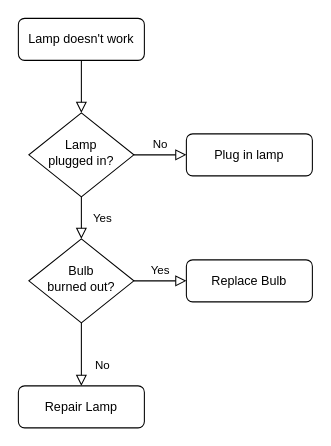
rackyun/wiki keeps this draw.io diagram as Untitled Diagram.drawio. Above is the earlier version. Source tidied: cells renumbered, new cells numbered last; positions are measured from the earlier drawing's top-left corner, leaving out a move shared by most shapes. Both pictures are drawn from the tidied source at 105%, with x=0, y=0 at pixel (18, 18).
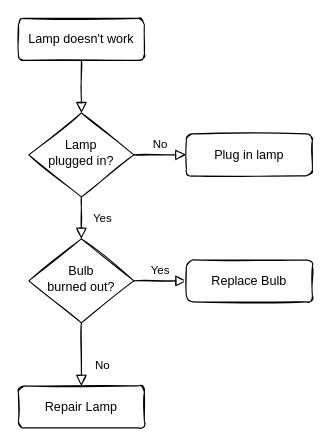
After the change.

Change to the diagram source:
```diff
@@
 <mxGraphModel>
   <root>
     <mxCell id="0" />
     <mxCell id="1" parent="0" />
-    <mxCell id="2" style="rounded=0;html=1;jettySize=auto;fontSize=11;endArrow=block;endFill=0;endSize=8;strokeWidth=1;shadow=0;labelBackgroundColor=none;edgeStyle=orthogonalEdgeStyle;" parent="1" edge="1" source="3" target="6">
+    <mxCell id="2" style="rounded=0;html=1;jettySize=auto;fontSize=11;endArrow=block;endFill=0;endSize=8;strokeWidth=1;shadow=0;labelBackgroundColor=none;edgeStyle=orthogonalEdgeStyle;sketch=1;" parent="1" edge="1" source="3" target="6">
       <mxGeometry relative="1" as="geometry" />
     </mxCell>
-    <mxCell id="3" value="Lamp doesn't work" style="rounded=1;whiteSpace=wrap;html=1;fontSize=12;glass=0;strokeWidth=1;shadow=0;" parent="1" vertex="1">
+    <mxCell id="3" value="Lamp doesn't work" style="rounded=1;whiteSpace=wrap;html=1;fontSize=12;glass=0;strokeWidth=1;shadow=0;sketch=1;" parent="1" vertex="1">
       <mxGeometry width="120" height="40" as="geometry" />
     </mxCell>
-    <mxCell id="4" value="Yes" style="rounded=0;html=1;jettySize=auto;fontSize=11;endArrow=block;endFill=0;endSize=8;strokeWidth=1;shadow=0;labelBackgroundColor=none;edgeStyle=orthogonalEdgeStyle;" parent="1" edge="1" source="6" target="10">
+    <mxCell id="4" value="Yes" style="rounded=0;html=1;jettySize=auto;fontSize=11;endArrow=block;endFill=0;endSize=8;strokeWidth=1;shadow=0;labelBackgroundColor=none;edgeStyle=orthogonalEdgeStyle;sketch=1;" parent="1" edge="1" source="6" target="10">
       <mxGeometry y="20" relative="1" as="geometry" />
     </mxCell>
-    <mxCell id="5" value="No" style="edgeStyle=orthogonalEdgeStyle;rounded=0;html=1;jettySize=auto;fontSize=11;endArrow=block;endFill=0;endSize=8;strokeWidth=1;shadow=0;labelBackgroundColor=none;" parent="1" edge="1" source="6" target="7">
+    <mxCell id="5" value="No" style="edgeStyle=orthogonalEdgeStyle;rounded=0;html=1;jettySize=auto;fontSize=11;endArrow=block;endFill=0;endSize=8;strokeWidth=1;shadow=0;labelBackgroundColor=none;sketch=1;" parent="1" edge="1" source="6" target="7">
       <mxGeometry y="10" relative="1" as="geometry" />
     </mxCell>
-    <mxCell id="6" value="Lamp&lt;br&gt;plugged in?" style="rhombus;whiteSpace=wrap;html=1;shadow=0;fontFamily=Helvetica;fontSize=12;align=center;strokeWidth=1;spacing=6;spacingTop=-4;" parent="1" vertex="1">
+    <mxCell id="6" value="Lamp&lt;br&gt;plugged in?" style="rhombus;whiteSpace=wrap;html=1;shadow=0;fontFamily=Helvetica;fontSize=12;align=center;strokeWidth=1;spacing=6;spacingTop=-4;sketch=1;" parent="1" vertex="1">
       <mxGeometry x="10" y="90" width="100" height="80" as="geometry" />
     </mxCell>
-    <mxCell id="7" value="Plug in lamp" style="rounded=1;whiteSpace=wrap;html=1;fontSize=12;glass=0;strokeWidth=1;shadow=0;" parent="1" vertex="1">
+    <mxCell id="7" value="Plug in lamp" style="rounded=1;whiteSpace=wrap;html=1;fontSize=12;glass=0;strokeWidth=1;shadow=0;sketch=1;" parent="1" vertex="1">
       <mxGeometry x="160" y="110" width="120" height="40" as="geometry" />
     </mxCell>
-    <mxCell id="8" value="No" style="rounded=0;html=1;jettySize=auto;fontSize=11;endArrow=block;endFill=0;endSize=8;strokeWidth=1;shadow=0;labelBackgroundColor=none;edgeStyle=orthogonalEdgeStyle;" parent="1" edge="1" source="10" target="11">
+    <mxCell id="8" value="No" style="rounded=0;html=1;jettySize=auto;fontSize=11;endArrow=block;endFill=0;endSize=8;strokeWidth=1;shadow=0;labelBackgroundColor=none;edgeStyle=orthogonalEdgeStyle;sketch=1;" parent="1" edge="1" source="10" target="11">
       <mxGeometry x="0.33" y="20" relative="1" as="geometry" />
     </mxCell>
-    <mxCell id="9" value="Yes" style="edgeStyle=orthogonalEdgeStyle;rounded=0;html=1;jettySize=auto;fontSize=11;endArrow=block;endFill=0;endSize=8;strokeWidth=1;shadow=0;labelBackgroundColor=none;" parent="1" edge="1" source="10" target="12">
+    <mxCell id="9" value="Yes" style="edgeStyle=orthogonalEdgeStyle;rounded=0;html=1;jettySize=auto;fontSize=11;endArrow=block;endFill=0;endSize=8;strokeWidth=1;shadow=0;labelBackgroundColor=none;sketch=1;" parent="1" edge="1" source="10" target="12">
       <mxGeometry y="10" relative="1" as="geometry" />
     </mxCell>
-    <mxCell id="10" value="Bulb&lt;br&gt;burned out?" style="rhombus;whiteSpace=wrap;html=1;shadow=0;fontFamily=Helvetica;fontSize=12;align=center;strokeWidth=1;spacing=6;spacingTop=-4;" parent="1" vertex="1">
+    <mxCell id="10" value="Bulb&lt;br&gt;burned out?" style="rhombus;whiteSpace=wrap;html=1;shadow=0;fontFamily=Helvetica;fontSize=12;align=center;strokeWidth=1;spacing=6;spacingTop=-4;sketch=1;" parent="1" vertex="1">
       <mxGeometry x="10" y="210" width="100" height="80" as="geometry" />
     </mxCell>
-    <mxCell id="11" value="Repair Lamp" style="rounded=1;whiteSpace=wrap;html=1;fontSize=12;glass=0;strokeWidth=1;shadow=0;" parent="1" vertex="1">
+    <mxCell id="11" value="Repair Lamp" style="rounded=1;whiteSpace=wrap;html=1;fontSize=12;glass=0;strokeWidth=1;shadow=0;sketch=1;" parent="1" vertex="1">
       <mxGeometry y="350" width="120" height="40" as="geometry" />
     </mxCell>
-    <mxCell id="12" value="Replace Bulb" style="rounded=1;whiteSpace=wrap;html=1;fontSize=12;glass=0;strokeWidth=1;shadow=0;" parent="1" vertex="1">
+    <mxCell id="12" value="Replace Bulb" style="rounded=1;whiteSpace=wrap;html=1;fontSize=12;glass=0;strokeWidth=1;shadow=0;sketch=1;" parent="1" vertex="1">
       <mxGeometry x="160" y="230" width="120" height="40" as="geometry" />
     </mxCell>
   </root>
 </mxGraphModel>
```
